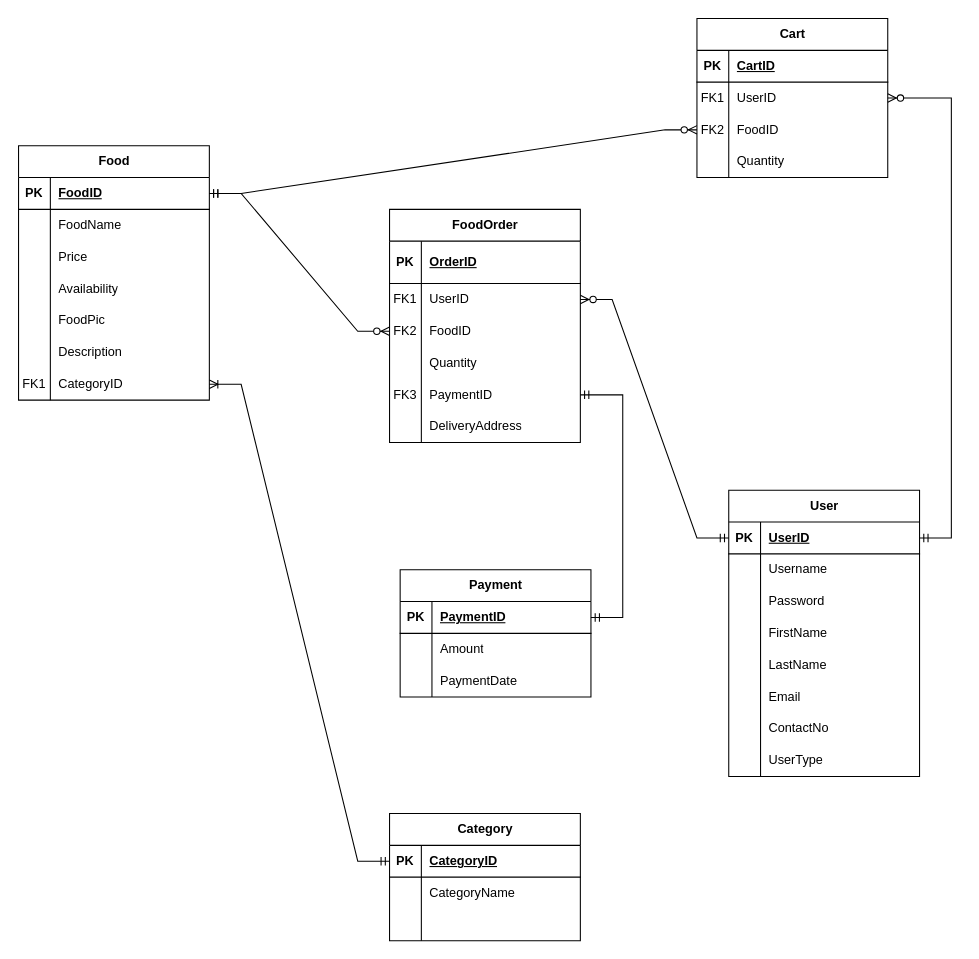
Earlier version of the draw.io diagram ERD.drawio (hootyhoot/restaurant-site). Source tidied: cells renumbered, new cells numbered last; positions are measured from the earlier drawing's top-left corner, leaving out a move shared by most shapes. Both pictures are drawn from the tidied source at 106%, with x=0, y=0 at pixel (18, -3).
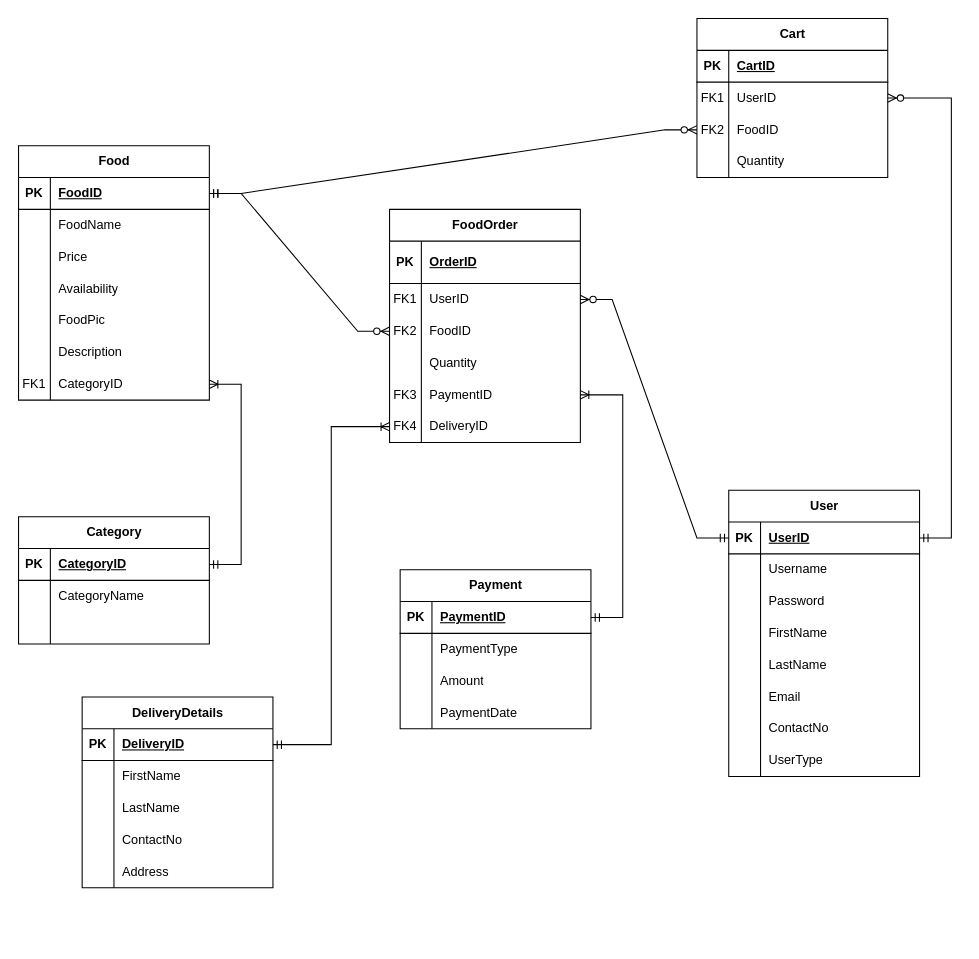
The same diagram, later.

Commit message (it also covers changes not shown here):
-UPDATED SQL FILE     -ADDED DeliveryDetails Table     -ADDED PaymentType attribute in Payment Table

-UPDATED ERD TO REFLECT SQL CHANGES

Unchanged cells that the change refers to:
```xml
<mxCell id="50" style="shape=tableRow;horizontal=0;startSize=0;swimlaneHead=0;swimlaneBody=0;fillColor=none;points=[[0,0.5],[1,0.5]];portConstraint=eastwest;top=0;left=0;right=0;bottom=1;" parent="49" vertex="1">
  <mxGeometry y="30" width="180" height="30" as="geometry" />
</mxCell>
<mxCell id="72" style="shape=tableRow;horizontal=0;startSize=0;swimlaneHead=0;swimlaneBody=0;fillColor=none;points=[[0,0.5],[1,0.5]];portConstraint=eastwest;top=0;left=0;right=0;bottom=0;" parent="59" vertex="1">
  <mxGeometry y="160" width="180" height="30" as="geometry" />
</mxCell>
<mxCell id="75" style="shape=tableRow;horizontal=0;startSize=0;swimlaneHead=0;swimlaneBody=0;fillColor=none;points=[[0,0.5],[1,0.5]];portConstraint=eastwest;top=0;left=0;right=0;bottom=0;" parent="59" vertex="1">
  <mxGeometry y="190" width="180" height="30" as="geometry" />
</mxCell>
```

Change to the diagram source:
```diff
@@
     <mxCell id="49" value="Payment" style="shape=table;startSize=30;childLayout=tableLayout;rowLines=0;fontStyle=1;align=center;html=1;" parent="1" vertex="1">
-      <mxGeometry x="360" y="540" width="180" height="120" as="geometry" />
+      <mxGeometry x="360" y="540" width="180" height="150" as="geometry" />
     </mxCell>
@@
+    <mxCell id="107" style="shape=tableRow;horizontal=0;startSize=0;swimlaneHead=0;swimlaneBody=0;fillColor=none;top=0;left=0;right=0;bottom=0;" parent="49" vertex="1">
+      <mxGeometry y="60" width="180" height="30" as="geometry" />
+    </mxCell>
+    <mxCell id="108" style="shape=partialRectangle;fillColor=none;top=0;left=0;bottom=0;right=0;overflow=hidden;whiteSpace=wrap;html=1;" parent="107" vertex="1">
+      <mxGeometry width="30" height="30" as="geometry" />
+    </mxCell>
+    <mxCell id="109" value="PaymentType" style="shape=partialRectangle;fillColor=none;top=0;left=0;bottom=0;right=0;align=left;spacingLeft=6;overflow=hidden;whiteSpace=wrap;html=1;" parent="107" vertex="1">
+      <mxGeometry x="30" width="150" height="30" as="geometry" />
+    </mxCell>
     <mxCell id="53" style="shape=tableRow;horizontal=0;startSize=0;swimlaneHead=0;swimlaneBody=0;fillColor=none;top=0;left=0;right=0;bottom=0;" parent="49" vertex="1">
-      <mxGeometry y="60" width="180" height="30" as="geometry" />
+      <mxGeometry y="90" width="180" height="30" as="geometry" />
     </mxCell>
@@
     <mxCell id="56" style="shape=tableRow;horizontal=0;startSize=0;swimlaneHead=0;swimlaneBody=0;fillColor=none;top=0;left=0;right=0;bottom=0;" parent="49" vertex="1">
-      <mxGeometry y="90" width="180" height="30" as="geometry" />
+      <mxGeometry y="120" width="180" height="30" as="geometry" />
     </mxCell>
@@
-    <mxCell id="76" style="shape=partialRectangle;fillColor=none;top=0;left=0;bottom=0;right=0;overflow=hidden;whiteSpace=wrap;html=1;" parent="75" vertex="1">
+    <mxCell id="76" value="FK4" style="shape=partialRectangle;fillColor=none;top=0;left=0;bottom=0;right=0;overflow=hidden;whiteSpace=wrap;html=1;" parent="75" vertex="1">
       <mxGeometry width="30" height="30" as="geometry" />
     </mxCell>
-    <mxCell id="77" value="DeliveryAddress" style="shape=partialRectangle;fillColor=none;top=0;left=0;bottom=0;right=0;align=left;spacingLeft=6;overflow=hidden;whiteSpace=wrap;html=1;" parent="75" vertex="1">
+    <mxCell id="77" value="DeliveryID" style="shape=partialRectangle;fillColor=none;top=0;left=0;bottom=0;right=0;align=left;spacingLeft=6;overflow=hidden;whiteSpace=wrap;html=1;" parent="75" vertex="1">
       <mxGeometry x="30" width="150" height="30" as="geometry" />
     </mxCell>
@@
     <mxCell id="79" value="Category" style="shape=table;startSize=30;childLayout=tableLayout;rowLines=0;fontStyle=1;align=center;html=1;" parent="1" vertex="1">
-      <mxGeometry x="350" y="770" width="180" height="120" as="geometry" />
+      <mxGeometry y="490" width="180" height="120" as="geometry" />
     </mxCell>
@@
-    <mxCell id="104" style="edgeStyle=entityRelationEdgeStyle;fontSize=12;html=1;endArrow=ERmandOne;startArrow=ERmandOne;rounded=0;startFill=0;endFill=0;" parent="1" edge="1" source="72" target="50">
+    <mxCell id="104" style="edgeStyle=entityRelationEdgeStyle;fontSize=12;html=1;endArrow=ERmandOne;startArrow=ERoneToMany;rounded=0;startFill=0;endFill=0;" parent="1" edge="1" source="72" target="50">
       <mxGeometry relative="1" as="geometry" />
     </mxCell>
@@
+    <mxCell id="110" value="DeliveryDetails" style="shape=table;startSize=30;childLayout=tableLayout;rowLines=0;fontStyle=1;align=center;html=1;" parent="1" vertex="1">
+      <mxGeometry x="60" y="660" width="180" height="180" as="geometry" />
+    </mxCell>
+    <mxCell id="111" style="shape=tableRow;horizontal=0;startSize=0;swimlaneHead=0;swimlaneBody=0;fillColor=none;points=[[0,0.5],[1,0.5]];portConstraint=eastwest;top=0;left=0;right=0;bottom=1;" parent="110" vertex="1">
+      <mxGeometry y="30" width="180" height="30" as="geometry" />
+    </mxCell>
+    <mxCell id="112" value="PK" style="shape=partialRectangle;fillColor=none;top=0;left=0;bottom=0;right=0;fontStyle=1;overflow=hidden;whiteSpace=wrap;html=1;" parent="111" vertex="1">
+      <mxGeometry width="30" height="30" as="geometry" />
+    </mxCell>
+    <mxCell id="113" value="DeliveryID" style="shape=partialRectangle;fillColor=none;top=0;left=0;bottom=0;right=0;align=left;spacingLeft=6;fontStyle=5;overflow=hidden;whiteSpace=wrap;html=1;" parent="111" vertex="1">
+      <mxGeometry x="30" width="150" height="30" as="geometry" />
+    </mxCell>
+    <mxCell id="114" style="shape=tableRow;horizontal=0;startSize=0;swimlaneHead=0;swimlaneBody=0;fillColor=none;top=0;left=0;right=0;bottom=0;" parent="110" vertex="1">
+      <mxGeometry y="60" width="180" height="30" as="geometry" />
+    </mxCell>
+    <mxCell id="115" style="shape=partialRectangle;fillColor=none;top=0;left=0;bottom=0;right=0;overflow=hidden;whiteSpace=wrap;html=1;" parent="114" vertex="1">
+      <mxGeometry width="30" height="30" as="geometry" />
+    </mxCell>
+    <mxCell id="116" value="FirstName" style="shape=partialRectangle;fillColor=none;top=0;left=0;bottom=0;right=0;align=left;spacingLeft=6;overflow=hidden;whiteSpace=wrap;html=1;" parent="114" vertex="1">
+      <mxGeometry x="30" width="150" height="30" as="geometry" />
+    </mxCell>
+    <mxCell id="117" style="shape=tableRow;horizontal=0;startSize=0;swimlaneHead=0;swimlaneBody=0;fillColor=none;top=0;left=0;right=0;bottom=0;" parent="110" vertex="1">
+      <mxGeometry y="90" width="180" height="30" as="geometry" />
+    </mxCell>
+    <mxCell id="118" style="shape=partialRectangle;fillColor=none;top=0;left=0;bottom=0;right=0;overflow=hidden;whiteSpace=wrap;html=1;" parent="117" vertex="1">
+      <mxGeometry width="30" height="30" as="geometry" />
+    </mxCell>
+    <mxCell id="119" value="LastName" style="shape=partialRectangle;fillColor=none;top=0;left=0;bottom=0;right=0;align=left;spacingLeft=6;overflow=hidden;whiteSpace=wrap;html=1;" parent="117" vertex="1">
+      <mxGeometry x="30" width="150" height="30" as="geometry" />
+    </mxCell>
+    <mxCell id="120" style="shape=tableRow;horizontal=0;startSize=0;swimlaneHead=0;swimlaneBody=0;fillColor=none;top=0;left=0;right=0;bottom=0;" parent="110" vertex="1">
+      <mxGeometry y="120" width="180" height="30" as="geometry" />
+    </mxCell>
+    <mxCell id="121" style="shape=partialRectangle;fillColor=none;top=0;left=0;bottom=0;right=0;overflow=hidden;whiteSpace=wrap;html=1;" parent="120" vertex="1">
+      <mxGeometry width="30" height="30" as="geometry" />
+    </mxCell>
+    <mxCell id="122" value="ContactNo" style="shape=partialRectangle;fillColor=none;top=0;left=0;bottom=0;right=0;align=left;spacingLeft=6;overflow=hidden;whiteSpace=wrap;html=1;" parent="120" vertex="1">
+      <mxGeometry x="30" width="150" height="30" as="geometry" />
+    </mxCell>
+    <mxCell id="123" style="shape=tableRow;horizontal=0;startSize=0;swimlaneHead=0;swimlaneBody=0;fillColor=none;top=0;left=0;right=0;bottom=0;" parent="110" vertex="1">
+      <mxGeometry y="150" width="180" height="30" as="geometry" />
+    </mxCell>
+    <mxCell id="124" style="shape=partialRectangle;fillColor=none;top=0;left=0;bottom=0;right=0;overflow=hidden;whiteSpace=wrap;html=1;" parent="123" vertex="1">
+      <mxGeometry width="30" height="30" as="geometry" />
+    </mxCell>
+    <mxCell id="125" value="Address" style="shape=partialRectangle;fillColor=none;top=0;left=0;bottom=0;right=0;align=left;spacingLeft=6;overflow=hidden;whiteSpace=wrap;html=1;" parent="123" vertex="1">
+      <mxGeometry x="30" width="150" height="30" as="geometry" />
+    </mxCell>
+    <mxCell id="126" style="edgeStyle=orthogonalEdgeStyle;fontSize=12;html=1;endArrow=ERmandOne;startArrow=ERoneToMany;rounded=0;startFill=0;endFill=0;" parent="1" edge="1" source="75" target="111">
+      <mxGeometry relative="1" as="geometry" />
+    </mxCell>
```
